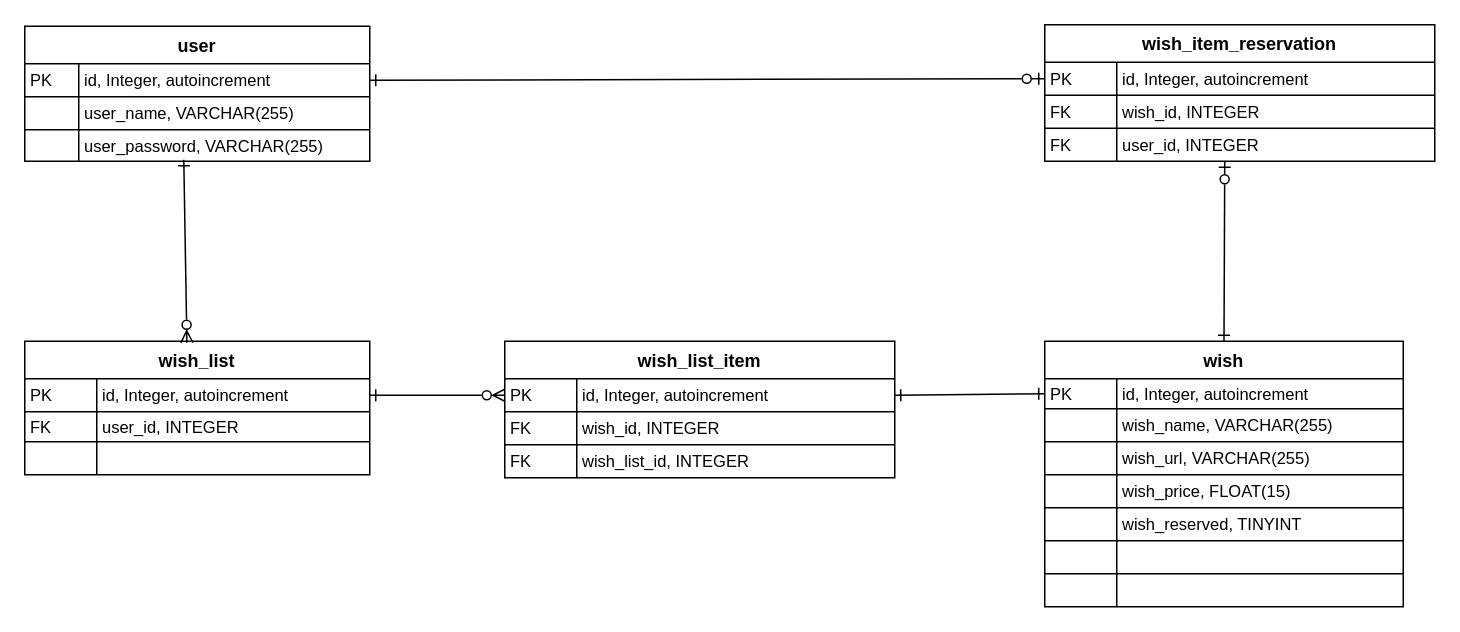
danskode/TheRealWishList keeps this draw.io diagram as Docs/TheRealWishList.drawio. Above is the earlier version. Source tidied: cells renumbered, new cells numbered last; positions are measured from the earlier drawing's top-left corner, leaving out a move shared by most shapes. Both pictures are drawn from the tidied source at 150%, with x=0, y=0 at pixel (24, 24).
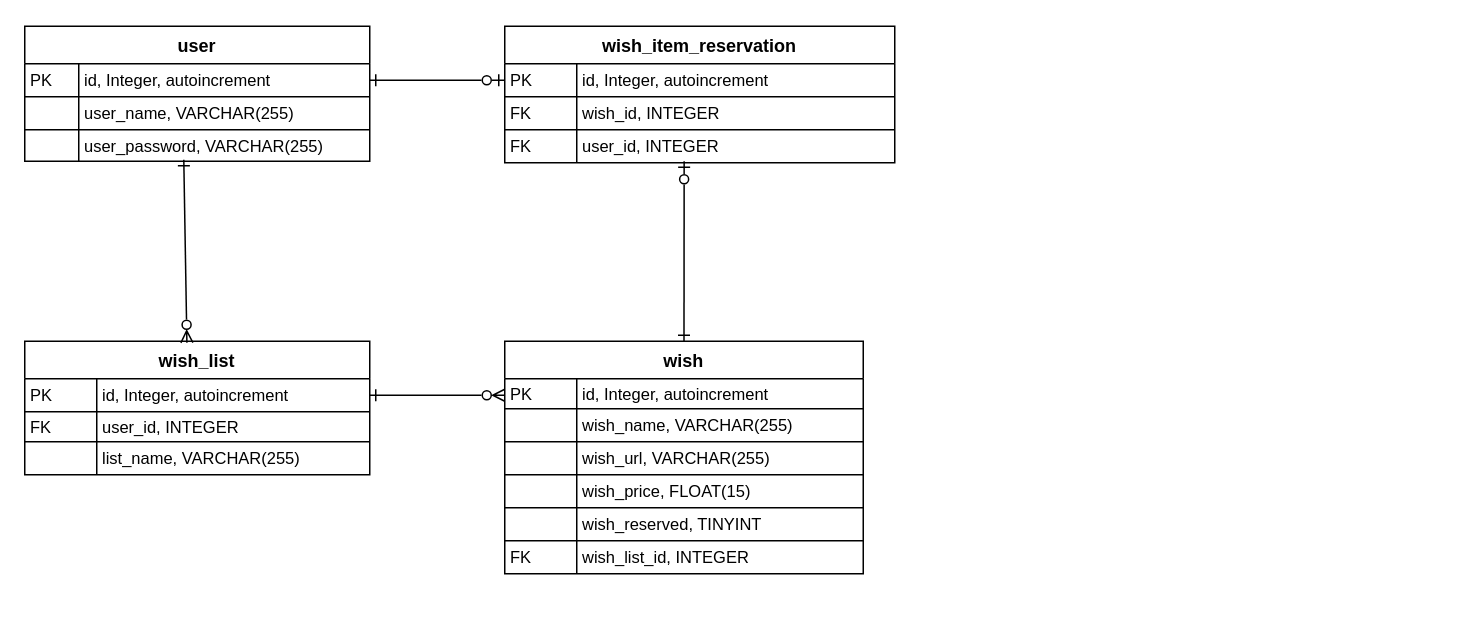
The same diagram, later.

Commit message:
Rettet i ER-modellen. Bl.a. slettet wish_list_item

Unchanged cells that the change refers to:
```xml
<mxCell id="13" style="shape=tableRow;horizontal=0;startSize=0;swimlaneHead=0;swimlaneBody=0;fillColor=none;points=[[0,0.5],[1,0.5]];portConstraint=eastwest;top=0;left=0;right=0;bottom=0;" parent="12" vertex="1">
  <mxGeometry y="25" width="239" height="20" as="geometry" />
</mxCell>
<mxCell id="28" style="shape=tableRow;horizontal=0;startSize=0;swimlaneHead=0;swimlaneBody=0;fillColor=none;top=0;left=0;right=0;bottom=0;" parent="12" vertex="1">
  <mxGeometry y="133" width="239" height="22" as="geometry" />
</mxCell>
<mxCell id="35" style="shape=tableRow;horizontal=0;startSize=0;swimlaneHead=0;swimlaneBody=0;fillColor=none;points=[[0,0.5],[1,0.5]];portConstraint=eastwest;top=0;left=0;right=0;bottom=0;" parent="34" vertex="1">
  <mxGeometry y="25" width="230" height="22" as="geometry" />
</mxCell>
<mxCell id="41" style="shape=tableRow;horizontal=0;startSize=0;swimlaneHead=0;swimlaneBody=0;fillColor=none;top=0;left=0;right=0;bottom=0;" parent="34" vertex="1">
  <mxGeometry y="67" width="230" height="22" as="geometry" />
</mxCell>
<mxCell id="64" style="shape=tableRow;horizontal=0;startSize=0;swimlaneHead=0;swimlaneBody=0;fillColor=none;points=[[0,0.5],[1,0.5]];portConstraint=eastwest;top=0;left=0;right=0;bottom=0;" parent="57" vertex="1">
  <mxGeometry y="69" width="260" height="22" as="geometry" />
</mxCell>
```

What changed in the source:
```diff
@@
     <mxCell id="12" value="wish" style="shape=table;startSize=25;childLayout=tableLayout;rowLines=1;fontStyle=1;align=center;" parent="1" vertex="1">
-      <mxGeometry x="680" y="211" width="239" height="177" as="geometry" />
+      <mxGeometry x="320" y="211" width="239" height="155" as="geometry" />
     </mxCell>
@@
-    <mxCell id="29" style="shape=partialRectangle;fillColor=none;top=0;left=0;bottom=0;right=0;align=left;spacingLeft=2;overflow=hidden;fontSize=11;" parent="28" vertex="1">
+    <mxCell id="29" value="FK" style="shape=partialRectangle;fillColor=none;top=0;left=0;bottom=0;right=0;align=left;spacingLeft=2;overflow=hidden;fontSize=11;" parent="28" vertex="1">
       <mxGeometry width="48" height="22" as="geometry" />
     </mxCell>
-    <mxCell id="30" style="shape=partialRectangle;fillColor=none;top=0;left=0;bottom=0;right=0;align=left;spacingLeft=2;overflow=hidden;fontSize=11;" parent="28" vertex="1">
+    <mxCell id="30" value="wish_list_id, INTEGER" style="shape=partialRectangle;fillColor=none;top=0;left=0;bottom=0;right=0;align=left;spacingLeft=2;overflow=hidden;fontSize=11;" parent="28" vertex="1">
       <mxGeometry x="48" width="191" height="22" as="geometry" />
     </mxCell>
-    <mxCell id="31" style="shape=tableRow;horizontal=0;startSize=0;swimlaneHead=0;swimlaneBody=0;fillColor=none;top=0;left=0;right=0;bottom=0;" parent="12" vertex="1">
-      <mxGeometry y="155" width="239" height="22" as="geometry" />
-    </mxCell>
-    <mxCell id="32" style="shape=partialRectangle;fillColor=none;top=0;left=0;bottom=0;right=0;align=left;spacingLeft=2;overflow=hidden;fontSize=11;" parent="31" vertex="1">
-      <mxGeometry width="48" height="22" as="geometry" />
-    </mxCell>
-    <mxCell id="33" style="shape=partialRectangle;fillColor=none;top=0;left=0;bottom=0;right=0;align=left;spacingLeft=2;overflow=hidden;fontSize=11;" parent="31" vertex="1">
-      <mxGeometry x="48" width="191" height="22" as="geometry" />
-    </mxCell>
@@
-    <mxCell id="43" style="shape=partialRectangle;fillColor=none;top=0;left=0;bottom=0;right=0;align=left;spacingLeft=2;overflow=hidden;fontSize=11;" parent="41" vertex="1">
+    <mxCell id="43" value="list_name, VARCHAR(255)" style="shape=partialRectangle;fillColor=none;top=0;left=0;bottom=0;right=0;align=left;spacingLeft=2;overflow=hidden;fontSize=11;" parent="41" vertex="1">
       <mxGeometry x="48" width="182" height="22" as="geometry" />
     </mxCell>
-    <mxCell id="44" value="wish_list_item" style="shape=table;startSize=25;childLayout=tableLayout;rowLines=1;fontStyle=1;align=center;" parent="1" vertex="1">
-      <mxGeometry x="320" y="211" width="260" height="91" as="geometry" />
-    </mxCell>
-    <mxCell id="45" style="shape=tableRow;horizontal=0;startSize=0;swimlaneHead=0;swimlaneBody=0;fillColor=none;points=[[0,0.5],[1,0.5]];portConstraint=eastwest;top=0;left=0;right=0;bottom=0;" parent="44" vertex="1">
-      <mxGeometry y="25" width="260" height="22" as="geometry" />
-    </mxCell>
-    <mxCell id="46" value="PK" style="shape=partialRectangle;fillColor=none;top=0;left=0;bottom=0;right=0;align=left;spacingLeft=2;overflow=hidden;fontSize=11;" parent="45" vertex="1">
-      <mxGeometry width="48" height="22" as="geometry" />
-    </mxCell>
-    <mxCell id="47" value="id, Integer, autoincrement" style="shape=partialRectangle;fillColor=none;top=0;left=0;bottom=0;right=0;align=left;spacingLeft=2;overflow=hidden;fontSize=11;" parent="45" vertex="1">
-      <mxGeometry x="48" width="212" height="22" as="geometry" />
-    </mxCell>
-    <mxCell id="48" style="shape=tableRow;horizontal=0;startSize=0;swimlaneHead=0;swimlaneBody=0;fillColor=none;top=0;left=0;right=0;bottom=0;" parent="44" vertex="1">
-      <mxGeometry y="47" width="260" height="22" as="geometry" />
-    </mxCell>
-    <mxCell id="49" value="FK" style="shape=partialRectangle;fillColor=none;top=0;left=0;bottom=0;right=0;align=left;spacingLeft=2;overflow=hidden;fontSize=11;" parent="48" vertex="1">
-      <mxGeometry width="48" height="22" as="geometry" />
-    </mxCell>
-    <mxCell id="50" value="wish_id, INTEGER" style="shape=partialRectangle;fillColor=none;top=0;left=0;bottom=0;right=0;align=left;spacingLeft=2;overflow=hidden;fontSize=11;" parent="48" vertex="1">
-      <mxGeometry x="48" width="212" height="22" as="geometry" />
-    </mxCell>
-    <mxCell id="51" style="shape=tableRow;horizontal=0;startSize=0;swimlaneHead=0;swimlaneBody=0;fillColor=none;top=0;left=0;right=0;bottom=0;" parent="44" vertex="1">
-      <mxGeometry y="69" width="260" height="22" as="geometry" />
-    </mxCell>
-    <mxCell id="52" value="FK" style="shape=partialRectangle;fillColor=none;top=0;left=0;bottom=0;right=0;align=left;spacingLeft=2;overflow=hidden;fontSize=11;" parent="51" vertex="1">
-      <mxGeometry width="48" height="22" as="geometry" />
-    </mxCell>
-    <mxCell id="53" value="wish_list_id, INTEGER" style="shape=partialRectangle;fillColor=none;top=0;left=0;bottom=0;right=0;align=left;spacingLeft=2;overflow=hidden;fontSize=11;" parent="51" vertex="1">
-      <mxGeometry x="48" width="212" height="22" as="geometry" />
-    </mxCell>
@@
-    <mxCell id="55" style="endArrow=ERone;html=1;rounded=0;entryX=1;entryY=0.5;entryDx=0;entryDy=0;exitX=0;exitY=0.5;exitDx=0;exitDy=0;endFill=0;startArrow=ERzeroToMany;startFill=0;" parent="1" edge="1" source="45" target="35">
-      <mxGeometry relative="1" as="geometry" />
+    <mxCell id="55" style="endArrow=ERone;html=1;rounded=0;entryX=1;entryY=0.5;entryDx=0;entryDy=0;exitX=0;exitY=0.5;exitDx=0;exitDy=0;endFill=0;startArrow=ERzeroToMany;startFill=0;" parent="1" edge="1" target="35">
+      <mxGeometry relative="1" as="geometry">
+        <mxPoint x="320" y="247" as="sourcePoint" />
+      </mxGeometry>
     </mxCell>
-    <mxCell id="56" style="endArrow=ERone;html=1;rounded=0;entryX=0;entryY=0.5;entryDx=0;entryDy=0;endFill=0;startArrow=ERone;startFill=0;exitX=1;exitY=0.5;exitDx=0;exitDy=0;" parent="1" edge="1" source="45" target="13">
-      <mxGeometry relative="1" as="geometry" />
-    </mxCell>
     <mxCell id="57" value="wish_item_reservation" style="shape=table;startSize=25;childLayout=tableLayout;rowLines=1;fontStyle=1;align=center;" parent="1" vertex="1">
-      <mxGeometry x="680" width="260" height="91" as="geometry" />
+      <mxGeometry x="320" y="1" width="260" height="91" as="geometry" />
     </mxCell>
@@
-    <mxCell id="68" style="endArrow=ERone;html=1;rounded=0;endFill=0;startArrow=ERzeroToOne;startFill=0;entryX=0.5;entryY=0;entryDx=0;entryDy=0;" parent="1" edge="1" target="12">
-      <mxGeometry relative="1" as="geometry">
-        <mxPoint x="800" y="91" as="sourcePoint" />
-      </mxGeometry>
+    <mxCell id="68" style="endArrow=ERone;html=1;rounded=0;endFill=0;startArrow=ERzeroToOne;startFill=0;entryX=0.5;entryY=0;entryDx=0;entryDy=0;exitX=0.46;exitY=0.955;exitDx=0;exitDy=0;exitPerimeter=0;" parent="1" edge="1" source="64" target="12">
+      <mxGeometry relative="1" as="geometry" />
     </mxCell>
```
